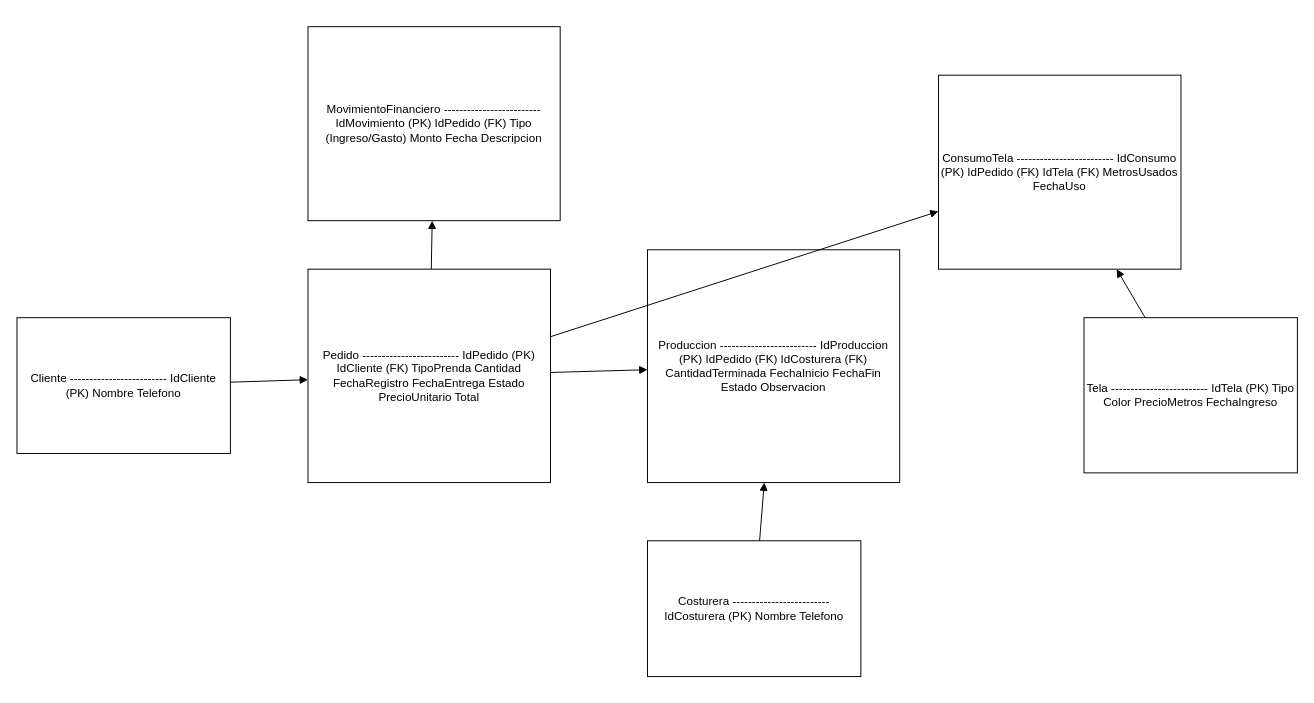
Before: docs/modelado/diagrama.drawio in GuillerAltamira/-Sistema-Taller-Textil-Altamirano, a draw.io diagram. Source tidied: cells renumbered, new cells numbered last; positions are measured from the earlier drawing's top-left corner, leaving out a move shared by most shapes. Both pictures are drawn from the tidied source at 97%, with x=0, y=0 at pixel (16, 26).
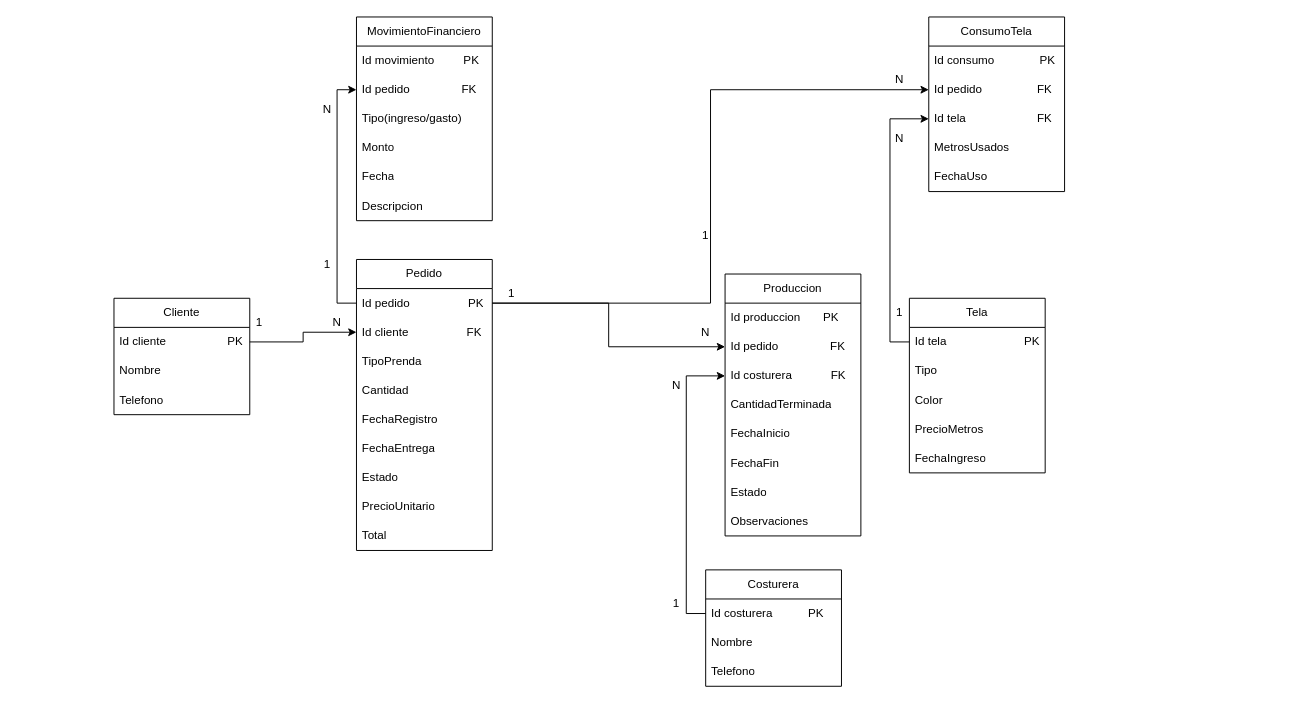
After the change.

The edit, as a diff of the source:
```diff
@@
-    <mxCell id="2" value="Cliente ------------------------- IdCliente (PK) Nombre Telefono" style="rounded=0;whiteSpace=wrap;html=1;" parent="1" vertex="1">
-      <mxGeometry y="300" width="220" height="140" as="geometry" />
-    </mxCell>
-    <mxCell id="3" value="Pedido ------------------------- IdPedido (PK) IdCliente (FK) TipoPrenda Cantidad FechaRegistro FechaEntrega Estado PrecioUnitario Total" style="rounded=0;whiteSpace=wrap;html=1;" parent="1" vertex="1">
-      <mxGeometry x="300" y="250" width="250" height="220" as="geometry" />
-    </mxCell>
-    <mxCell id="4" value="Produccion ------------------------- IdProduccion (PK) IdPedido (FK) IdCosturera (FK) CantidadTerminada FechaInicio FechaFin Estado Observacion" style="rounded=0;whiteSpace=wrap;html=1;" parent="1" vertex="1">
-      <mxGeometry x="650" y="230" width="260" height="240" as="geometry" />
-    </mxCell>
-    <mxCell id="5" value="Costurera ------------------------- IdCosturera (PK) Nombre Telefono" style="rounded=0;whiteSpace=wrap;html=1;" parent="1" vertex="1">
-      <mxGeometry x="650" y="530" width="220" height="140" as="geometry" />
-    </mxCell>
-    <mxCell id="6" value="Tela ------------------------- IdTela (PK) Tipo Color PrecioMetros FechaIngreso" style="rounded=0;whiteSpace=wrap;html=1;" parent="1" vertex="1">
-      <mxGeometry x="1100" y="300" width="220" height="160" as="geometry" />
-    </mxCell>
-    <mxCell id="7" value="ConsumoTela ------------------------- IdConsumo (PK) IdPedido (FK) IdTela (FK) MetrosUsados FechaUso" style="rounded=0;whiteSpace=wrap;html=1;" parent="1" vertex="1">
-      <mxGeometry x="950" y="50" width="250" height="200" as="geometry" />
-    </mxCell>
-    <mxCell id="8" value="MovimientoFinanciero ------------------------- IdMovimiento (PK) IdPedido (FK) Tipo (Ingreso/Gasto) Monto Fecha Descripcion" style="rounded=0;whiteSpace=wrap;html=1;" parent="1" vertex="1">
-      <mxGeometry x="300" width="260" height="200" as="geometry" />
-    </mxCell>
-    <mxCell id="9" style="endArrow=block;" parent="1" edge="1" source="2" target="3">
-      <mxGeometry relative="1" as="geometry" />
-    </mxCell>
-    <mxCell id="10" style="endArrow=block;" parent="1" edge="1" source="3" target="4">
-      <mxGeometry relative="1" as="geometry" />
-    </mxCell>
-    <mxCell id="11" style="endArrow=block;" parent="1" edge="1" source="5" target="4">
-      <mxGeometry relative="1" as="geometry" />
-    </mxCell>
-    <mxCell id="12" style="endArrow=block;" parent="1" edge="1" source="3" target="8">
-      <mxGeometry relative="1" as="geometry" />
-    </mxCell>
-    <mxCell id="13" style="endArrow=block;" parent="1" edge="1" source="3" target="7">
-      <mxGeometry relative="1" as="geometry" />
-    </mxCell>
-    <mxCell id="14" style="endArrow=block;" parent="1" edge="1" source="6" target="7">
-      <mxGeometry relative="1" as="geometry" />
-    </mxCell>
+    <mxCell id="15" value="Cliente" style="swimlane;fontStyle=0;horizontal=1;startSize=30;whiteSpace=wrap;html=1;" parent="1" vertex="1">
+      <mxGeometry x="100" y="280" width="140" height="120" as="geometry" />
+    </mxCell>
+    <mxCell id="16" value="Id cliente&amp;nbsp; &amp;nbsp; &amp;nbsp; &amp;nbsp; &amp;nbsp; &amp;nbsp; &amp;nbsp; &amp;nbsp; &amp;nbsp; &amp;nbsp;PK" style="text;strokeColor=none;fillColor=none;align=left;verticalAlign=middle;spacingLeft=4;spacingRight=4;overflow=hidden;points=[[0,0.5],[1,0.5]];portConstraint=eastwest;whiteSpace=wrap;html=1;" parent="15" vertex="1">
+      <mxGeometry y="30" width="140" height="30" as="geometry" />
+    </mxCell>
+    <mxCell id="17" value="Nombre" style="text;strokeColor=none;fillColor=none;align=left;verticalAlign=middle;spacingLeft=4;spacingRight=4;overflow=hidden;whiteSpace=wrap;html=1;" parent="15" vertex="1">
+      <mxGeometry y="60" width="140" height="30" as="geometry" />
+    </mxCell>
+    <mxCell id="18" value="Telefono" style="text;strokeColor=none;fillColor=none;align=left;verticalAlign=middle;spacingLeft=4;spacingRight=4;overflow=hidden;whiteSpace=wrap;html=1;" parent="15" vertex="1">
+      <mxGeometry y="90" width="140" height="30" as="geometry" />
+    </mxCell>
+    <mxCell id="19" value="MovimientoFinanciero" style="swimlane;fontStyle=0;horizontal=1;startSize=30;whiteSpace=wrap;html=1;" parent="1" vertex="1">
+      <mxGeometry x="350" y="-10" width="140" height="210" as="geometry" />
+    </mxCell>
+    <mxCell id="20" value="Id movimiento&amp;nbsp; &amp;nbsp; &amp;nbsp; &amp;nbsp; &amp;nbsp;PK" style="text;strokeColor=none;fillColor=none;align=left;verticalAlign=middle;spacingLeft=4;spacingRight=4;overflow=hidden;whiteSpace=wrap;html=1;" parent="19" vertex="1">
+      <mxGeometry y="30" width="140" height="30" as="geometry" />
+    </mxCell>
+    <mxCell id="21" value="Id pedido&amp;nbsp; &amp;nbsp; &amp;nbsp; &amp;nbsp; &amp;nbsp; &amp;nbsp; &amp;nbsp; &amp;nbsp; FK" style="text;strokeColor=none;fillColor=none;align=left;verticalAlign=middle;spacingLeft=4;spacingRight=4;overflow=hidden;points=[[0,0.5],[1,0.5]];portConstraint=eastwest;whiteSpace=wrap;html=1;" parent="19" vertex="1">
+      <mxGeometry y="60" width="140" height="30" as="geometry" />
+    </mxCell>
+    <mxCell id="22" value="Tipo(ingreso/gasto)" style="text;strokeColor=none;fillColor=none;align=left;verticalAlign=middle;spacingLeft=4;spacingRight=4;overflow=hidden;whiteSpace=wrap;html=1;" parent="19" vertex="1">
+      <mxGeometry y="90" width="140" height="30" as="geometry" />
+    </mxCell>
+    <mxCell id="23" value="Monto" style="text;strokeColor=none;fillColor=none;align=left;verticalAlign=middle;spacingLeft=4;spacingRight=4;overflow=hidden;whiteSpace=wrap;html=1;" parent="19" vertex="1">
+      <mxGeometry y="120" width="140" height="30" as="geometry" />
+    </mxCell>
+    <mxCell id="24" value="Fecha" style="text;strokeColor=none;fillColor=none;align=left;verticalAlign=middle;spacingLeft=4;spacingRight=4;overflow=hidden;whiteSpace=wrap;html=1;" parent="19" vertex="1">
+      <mxGeometry y="150" width="140" height="30" as="geometry" />
+    </mxCell>
+    <mxCell id="25" value="Descripcion" style="text;strokeColor=none;fillColor=none;align=left;verticalAlign=middle;spacingLeft=4;spacingRight=4;overflow=hidden;whiteSpace=wrap;html=1;" parent="19" vertex="1">
+      <mxGeometry y="180" width="140" height="30" as="geometry" />
+    </mxCell>
+    <mxCell id="26" value="Pedido" style="swimlane;fontStyle=0;horizontal=1;startSize=30;whiteSpace=wrap;html=1;" parent="1" vertex="1">
+      <mxGeometry x="350" y="240" width="140" height="300" as="geometry" />
+    </mxCell>
+    <mxCell id="27" value="Id pedido&amp;nbsp; &amp;nbsp; &amp;nbsp; &amp;nbsp; &amp;nbsp; &amp;nbsp; &amp;nbsp; &amp;nbsp; &amp;nbsp; PK" style="text;strokeColor=none;fillColor=none;align=left;verticalAlign=middle;spacingLeft=4;spacingRight=4;overflow=hidden;points=[[0,0.5],[1,0.5]];portConstraint=eastwest;whiteSpace=wrap;html=1;" parent="26" vertex="1">
+      <mxGeometry y="30" width="140" height="30" as="geometry" />
+    </mxCell>
+    <mxCell id="28" value="Id cliente&amp;nbsp; &amp;nbsp; &amp;nbsp; &amp;nbsp; &amp;nbsp; &amp;nbsp; &amp;nbsp; &amp;nbsp; &amp;nbsp; FK" style="text;strokeColor=none;fillColor=none;align=left;verticalAlign=middle;spacingLeft=4;spacingRight=4;overflow=hidden;points=[[0,0.5],[1,0.5]];portConstraint=eastwest;whiteSpace=wrap;html=1;" parent="26" vertex="1">
+      <mxGeometry y="60" width="140" height="30" as="geometry" />
+    </mxCell>
+    <mxCell id="29" value="TipoPrenda" style="text;strokeColor=none;fillColor=none;align=left;verticalAlign=middle;spacingLeft=4;spacingRight=4;overflow=hidden;whiteSpace=wrap;html=1;" parent="26" vertex="1">
+      <mxGeometry y="90" width="140" height="30" as="geometry" />
+    </mxCell>
+    <mxCell id="30" value="Cantidad" style="text;strokeColor=none;fillColor=none;align=left;verticalAlign=middle;spacingLeft=4;spacingRight=4;overflow=hidden;whiteSpace=wrap;html=1;" parent="26" vertex="1">
+      <mxGeometry y="120" width="140" height="30" as="geometry" />
+    </mxCell>
+    <mxCell id="31" value="FechaRegistro" style="text;strokeColor=none;fillColor=none;align=left;verticalAlign=middle;spacingLeft=4;spacingRight=4;overflow=hidden;whiteSpace=wrap;html=1;" parent="26" vertex="1">
+      <mxGeometry y="150" width="140" height="30" as="geometry" />
+    </mxCell>
+    <mxCell id="32" value="FechaEntrega" style="text;strokeColor=none;fillColor=none;align=left;verticalAlign=middle;spacingLeft=4;spacingRight=4;overflow=hidden;whiteSpace=wrap;html=1;" parent="26" vertex="1">
+      <mxGeometry y="180" width="140" height="30" as="geometry" />
+    </mxCell>
+    <mxCell id="33" value="Estado" style="text;strokeColor=none;fillColor=none;align=left;verticalAlign=middle;spacingLeft=4;spacingRight=4;overflow=hidden;whiteSpace=wrap;html=1;" parent="26" vertex="1">
+      <mxGeometry y="210" width="140" height="30" as="geometry" />
+    </mxCell>
+    <mxCell id="34" value="PrecioUnitario" style="text;strokeColor=none;fillColor=none;align=left;verticalAlign=middle;spacingLeft=4;spacingRight=4;overflow=hidden;whiteSpace=wrap;html=1;" parent="26" vertex="1">
+      <mxGeometry y="240" width="140" height="30" as="geometry" />
+    </mxCell>
+    <mxCell id="35" value="Total" style="text;strokeColor=none;fillColor=none;align=left;verticalAlign=middle;spacingLeft=4;spacingRight=4;overflow=hidden;whiteSpace=wrap;html=1;" parent="26" vertex="1">
+      <mxGeometry y="270" width="140" height="30" as="geometry" />
+    </mxCell>
+    <mxCell id="36" value="Produccion" style="swimlane;fontStyle=0;horizontal=1;startSize=30;whiteSpace=wrap;html=1;" parent="1" vertex="1">
+      <mxGeometry x="730" y="255" width="140" height="270" as="geometry" />
+    </mxCell>
+    <mxCell id="37" value="Id produccion&amp;nbsp; &amp;nbsp; &amp;nbsp; &amp;nbsp;PK" style="text;strokeColor=none;fillColor=none;align=left;verticalAlign=middle;spacingLeft=4;spacingRight=4;overflow=hidden;whiteSpace=wrap;html=1;" parent="36" vertex="1">
+      <mxGeometry y="30" width="140" height="30" as="geometry" />
+    </mxCell>
+    <mxCell id="38" value="Id pedido&amp;nbsp; &amp;nbsp; &amp;nbsp; &amp;nbsp; &amp;nbsp; &amp;nbsp; &amp;nbsp; &amp;nbsp; FK" style="text;strokeColor=none;fillColor=none;align=left;verticalAlign=middle;spacingLeft=4;spacingRight=4;overflow=hidden;points=[[0,0.5],[1,0.5]];portConstraint=eastwest;whiteSpace=wrap;html=1;" parent="36" vertex="1">
+      <mxGeometry y="60" width="140" height="30" as="geometry" />
+    </mxCell>
+    <mxCell id="39" value="Id costurera&amp;nbsp; &amp;nbsp; &amp;nbsp; &amp;nbsp; &amp;nbsp; &amp;nbsp; FK" style="text;strokeColor=none;fillColor=none;align=left;verticalAlign=middle;spacingLeft=4;spacingRight=4;overflow=hidden;points=[[0,0.5],[1,0.5]];portConstraint=eastwest;whiteSpace=wrap;html=1;" parent="36" vertex="1">
+      <mxGeometry y="90" width="140" height="30" as="geometry" />
+    </mxCell>
+    <mxCell id="40" value="CantidadTerminada" style="text;strokeColor=none;fillColor=none;align=left;verticalAlign=middle;spacingLeft=4;spacingRight=4;overflow=hidden;whiteSpace=wrap;html=1;" parent="36" vertex="1">
+      <mxGeometry y="120" width="140" height="30" as="geometry" />
+    </mxCell>
+    <mxCell id="41" value="FechaInicio" style="text;strokeColor=none;fillColor=none;align=left;verticalAlign=middle;spacingLeft=4;spacingRight=4;overflow=hidden;whiteSpace=wrap;html=1;" parent="36" vertex="1">
+      <mxGeometry y="150" width="140" height="30" as="geometry" />
+    </mxCell>
+    <mxCell id="42" value="FechaFin" style="text;strokeColor=none;fillColor=none;align=left;verticalAlign=middle;spacingLeft=4;spacingRight=4;overflow=hidden;whiteSpace=wrap;html=1;" parent="36" vertex="1">
+      <mxGeometry y="180" width="140" height="30" as="geometry" />
+    </mxCell>
+    <mxCell id="43" value="Estado" style="text;strokeColor=none;fillColor=none;align=left;verticalAlign=middle;spacingLeft=4;spacingRight=4;overflow=hidden;whiteSpace=wrap;html=1;" parent="36" vertex="1">
+      <mxGeometry y="210" width="140" height="30" as="geometry" />
+    </mxCell>
+    <mxCell id="44" value="Observaciones" style="text;strokeColor=none;fillColor=none;align=left;verticalAlign=middle;spacingLeft=4;spacingRight=4;overflow=hidden;whiteSpace=wrap;html=1;" parent="36" vertex="1">
+      <mxGeometry y="240" width="140" height="30" as="geometry" />
+    </mxCell>
+    <mxCell id="45" value="Costurera" style="swimlane;fontStyle=0;horizontal=1;startSize=30;whiteSpace=wrap;html=1;" parent="1" vertex="1">
+      <mxGeometry x="710" y="560" width="140" height="120" as="geometry" />
+    </mxCell>
+    <mxCell id="46" value="Id costurera&amp;nbsp; &amp;nbsp; &amp;nbsp; &amp;nbsp; &amp;nbsp; &amp;nbsp;PK" style="text;strokeColor=none;fillColor=none;align=left;verticalAlign=middle;spacingLeft=4;spacingRight=4;overflow=hidden;points=[[0,0.5],[1,0.5]];portConstraint=eastwest;whiteSpace=wrap;html=1;" parent="45" vertex="1">
+      <mxGeometry y="30" width="140" height="30" as="geometry" />
+    </mxCell>
+    <mxCell id="47" value="Nombre" style="text;strokeColor=none;fillColor=none;align=left;verticalAlign=middle;spacingLeft=4;spacingRight=4;overflow=hidden;whiteSpace=wrap;html=1;" parent="45" vertex="1">
+      <mxGeometry y="60" width="140" height="30" as="geometry" />
+    </mxCell>
+    <mxCell id="48" value="Telefono" style="text;strokeColor=none;fillColor=none;align=left;verticalAlign=middle;spacingLeft=4;spacingRight=4;overflow=hidden;whiteSpace=wrap;html=1;" parent="45" vertex="1">
+      <mxGeometry y="90" width="140" height="30" as="geometry" />
+    </mxCell>
+    <mxCell id="49" value="ConsumoTela" style="swimlane;fontStyle=0;horizontal=1;startSize=30;whiteSpace=wrap;html=1;" parent="1" vertex="1">
+      <mxGeometry x="940" y="-10" width="140" height="180" as="geometry" />
+    </mxCell>
+    <mxCell id="50" value="Id consumo&amp;nbsp; &amp;nbsp; &amp;nbsp; &amp;nbsp; &amp;nbsp; &amp;nbsp; &amp;nbsp; PK" style="text;strokeColor=none;fillColor=none;align=left;verticalAlign=middle;spacingLeft=4;spacingRight=4;overflow=hidden;whiteSpace=wrap;html=1;" parent="49" vertex="1">
+      <mxGeometry y="30" width="140" height="30" as="geometry" />
+    </mxCell>
+    <mxCell id="51" value="Id pedido&amp;nbsp; &amp;nbsp; &amp;nbsp; &amp;nbsp; &amp;nbsp; &amp;nbsp; &amp;nbsp; &amp;nbsp; &amp;nbsp;FK" style="text;strokeColor=none;fillColor=none;align=left;verticalAlign=middle;spacingLeft=4;spacingRight=4;overflow=hidden;points=[[0,0.5],[1,0.5]];portConstraint=eastwest;whiteSpace=wrap;html=1;" parent="49" vertex="1">
+      <mxGeometry y="60" width="140" height="30" as="geometry" />
+    </mxCell>
+    <mxCell id="52" value="Id tela&amp;nbsp; &amp;nbsp; &amp;nbsp; &amp;nbsp; &amp;nbsp; &amp;nbsp; &amp;nbsp; &amp;nbsp; &amp;nbsp; &amp;nbsp; &amp;nbsp; FK" style="text;strokeColor=none;fillColor=none;align=left;verticalAlign=middle;spacingLeft=4;spacingRight=4;overflow=hidden;points=[[0,0.5],[1,0.5]];portConstraint=eastwest;whiteSpace=wrap;html=1;" parent="49" vertex="1">
+      <mxGeometry y="90" width="140" height="30" as="geometry" />
+    </mxCell>
+    <mxCell id="53" value="MetrosUsados" style="text;strokeColor=none;fillColor=none;align=left;verticalAlign=middle;spacingLeft=4;spacingRight=4;overflow=hidden;whiteSpace=wrap;html=1;" parent="49" vertex="1">
+      <mxGeometry y="120" width="140" height="30" as="geometry" />
+    </mxCell>
+    <mxCell id="54" value="FechaUso" style="text;strokeColor=none;fillColor=none;align=left;verticalAlign=middle;spacingLeft=4;spacingRight=4;overflow=hidden;whiteSpace=wrap;html=1;" parent="49" vertex="1">
+      <mxGeometry y="150" width="140" height="30" as="geometry" />
+    </mxCell>
+    <mxCell id="55" value="Tela" style="swimlane;fontStyle=0;horizontal=1;startSize=30;whiteSpace=wrap;html=1;" parent="1" vertex="1">
+      <mxGeometry x="920" y="280" width="140" height="180" as="geometry" />
+    </mxCell>
+    <mxCell id="56" value="Id tela&amp;nbsp; &amp;nbsp; &amp;nbsp; &amp;nbsp; &amp;nbsp; &amp;nbsp; &amp;nbsp; &amp;nbsp; &amp;nbsp; &amp;nbsp; &amp;nbsp; &amp;nbsp; PK" style="text;strokeColor=none;fillColor=none;align=left;verticalAlign=middle;spacingLeft=4;spacingRight=4;overflow=hidden;points=[[0,0.5],[1,0.5]];portConstraint=eastwest;whiteSpace=wrap;html=1;" parent="55" vertex="1">
+      <mxGeometry y="30" width="140" height="30" as="geometry" />
+    </mxCell>
+    <mxCell id="57" value="Tipo" style="text;strokeColor=none;fillColor=none;align=left;verticalAlign=middle;spacingLeft=4;spacingRight=4;overflow=hidden;whiteSpace=wrap;html=1;" parent="55" vertex="1">
+      <mxGeometry y="60" width="140" height="30" as="geometry" />
+    </mxCell>
+    <mxCell id="58" value="Color" style="text;strokeColor=none;fillColor=none;align=left;verticalAlign=middle;spacingLeft=4;spacingRight=4;overflow=hidden;whiteSpace=wrap;html=1;" parent="55" vertex="1">
+      <mxGeometry y="90" width="140" height="30" as="geometry" />
+    </mxCell>
+    <mxCell id="59" value="PrecioMetros" style="text;strokeColor=none;fillColor=none;align=left;verticalAlign=middle;spacingLeft=4;spacingRight=4;overflow=hidden;whiteSpace=wrap;html=1;" parent="55" vertex="1">
+      <mxGeometry y="120" width="140" height="30" as="geometry" />
+    </mxCell>
+    <mxCell id="60" value="FechaIngreso" style="text;strokeColor=none;fillColor=none;align=left;verticalAlign=middle;spacingLeft=4;spacingRight=4;overflow=hidden;whiteSpace=wrap;html=1;" parent="55" vertex="1">
+      <mxGeometry y="150" width="140" height="30" as="geometry" />
+    </mxCell>
+    <mxCell id="61" style="edgeStyle=orthogonalEdgeStyle;rounded=0;jettySize=auto;html=1;exitX=1;exitY=0.5;exitDx=0;exitDy=0;entryX=0;entryY=0.5;entryDx=0;entryDy=0;" parent="1" edge="1" source="16" target="28">
+      <mxGeometry relative="1" as="geometry" />
+    </mxCell>
+    <mxCell id="62" style="edgeStyle=orthogonalEdgeStyle;rounded=0;jettySize=auto;html=1;exitX=0;exitY=0.5;exitDx=0;exitDy=0;entryX=0;entryY=0.5;entryDx=0;entryDy=0;" parent="1" edge="1" source="27" target="21">
+      <mxGeometry relative="1" as="geometry" />
+    </mxCell>
+    <mxCell id="63" style="edgeStyle=orthogonalEdgeStyle;rounded=0;jettySize=auto;html=1;exitX=1;exitY=0.5;exitDx=0;exitDy=0;entryX=0;entryY=0.5;entryDx=0;entryDy=0;" parent="1" edge="1" source="27" target="38">
+      <mxGeometry relative="1" as="geometry" />
+    </mxCell>
+    <mxCell id="64" style="edgeStyle=orthogonalEdgeStyle;rounded=0;jettySize=auto;html=1;exitX=1;exitY=0.5;exitDx=0;exitDy=0;" parent="1" edge="1" source="27" target="51">
+      <mxGeometry relative="1" as="geometry" />
+    </mxCell>
+    <mxCell id="65" style="edgeStyle=orthogonalEdgeStyle;rounded=0;jettySize=auto;html=1;exitX=0;exitY=0.5;exitDx=0;exitDy=0;entryX=0;entryY=0.5;entryDx=0;entryDy=0;" parent="1" edge="1" source="46" target="39">
+      <mxGeometry relative="1" as="geometry" />
+    </mxCell>
+    <mxCell id="66" style="edgeStyle=orthogonalEdgeStyle;rounded=0;jettySize=auto;html=1;exitX=0;exitY=0.5;exitDx=0;exitDy=0;entryX=0;entryY=0.5;entryDx=0;entryDy=0;" parent="1" edge="1" source="56" target="52">
+      <mxGeometry relative="1" as="geometry" />
+    </mxCell>
+    <mxCell id="67" value="1" style="text;html=1;whiteSpace=wrap;strokeColor=none;fillColor=none;align=center;verticalAlign=middle;rounded=0;" parent="1" vertex="1">
+      <mxGeometry x="220" y="290" width="60" height="30" as="geometry" />
+    </mxCell>
+    <mxCell id="68" value="N" style="text;html=1;whiteSpace=wrap;strokeColor=none;fillColor=none;align=center;verticalAlign=middle;rounded=0;" parent="1" vertex="1">
+      <mxGeometry x="300" y="290" width="60" height="30" as="geometry" />
+    </mxCell>
+    <mxCell id="69" value="1" style="text;html=1;whiteSpace=wrap;strokeColor=none;fillColor=none;align=center;verticalAlign=middle;rounded=0;" parent="1" vertex="1">
+      <mxGeometry x="290" y="230" width="60" height="30" as="geometry" />
+    </mxCell>
+    <mxCell id="70" value="N" style="text;html=1;whiteSpace=wrap;strokeColor=none;fillColor=none;align=center;verticalAlign=middle;rounded=0;" parent="1" vertex="1">
+      <mxGeometry x="290" y="70" width="60" height="30" as="geometry" />
+    </mxCell>
+    <mxCell id="71" value="1" style="text;html=1;whiteSpace=wrap;strokeColor=none;fillColor=none;align=center;verticalAlign=middle;rounded=0;" parent="1" vertex="1">
+      <mxGeometry x="480" y="260" width="60" height="30" as="geometry" />
+    </mxCell>
+    <mxCell id="72" value="N" style="text;html=1;whiteSpace=wrap;strokeColor=none;fillColor=none;align=center;verticalAlign=middle;rounded=0;" parent="1" vertex="1">
+      <mxGeometry x="680" y="300" width="60" height="30" as="geometry" />
+    </mxCell>
+    <mxCell id="73" value="1" style="text;html=1;whiteSpace=wrap;strokeColor=none;fillColor=none;align=center;verticalAlign=middle;rounded=0;" parent="1" vertex="1">
+      <mxGeometry x="680" y="200" width="60" height="30" as="geometry" />
+    </mxCell>
+    <mxCell id="74" value="N" style="text;html=1;whiteSpace=wrap;strokeColor=none;fillColor=none;align=center;verticalAlign=middle;rounded=0;" parent="1" vertex="1">
+      <mxGeometry x="880" y="40" width="60" height="30" as="geometry" />
+    </mxCell>
+    <mxCell id="75" value="1" style="text;html=1;whiteSpace=wrap;strokeColor=none;fillColor=none;align=center;verticalAlign=middle;rounded=0;" parent="1" vertex="1">
+      <mxGeometry x="880" y="280" width="60" height="30" as="geometry" />
+    </mxCell>
+    <mxCell id="76" value="N" style="text;html=1;whiteSpace=wrap;strokeColor=none;fillColor=none;align=center;verticalAlign=middle;rounded=0;" parent="1" vertex="1">
+      <mxGeometry x="880" y="100" width="60" height="30" as="geometry" />
+    </mxCell>
+    <mxCell id="77" value="1" style="text;html=1;whiteSpace=wrap;strokeColor=none;fillColor=none;align=center;verticalAlign=middle;rounded=0;" parent="1" vertex="1">
+      <mxGeometry x="650" y="580" width="60" height="30" as="geometry" />
+    </mxCell>
+    <mxCell id="78" value="N" style="text;html=1;whiteSpace=wrap;strokeColor=none;fillColor=none;align=center;verticalAlign=middle;rounded=0;" parent="1" vertex="1">
+      <mxGeometry x="650" y="355" width="60" height="30" as="geometry" />
+    </mxCell>
```
